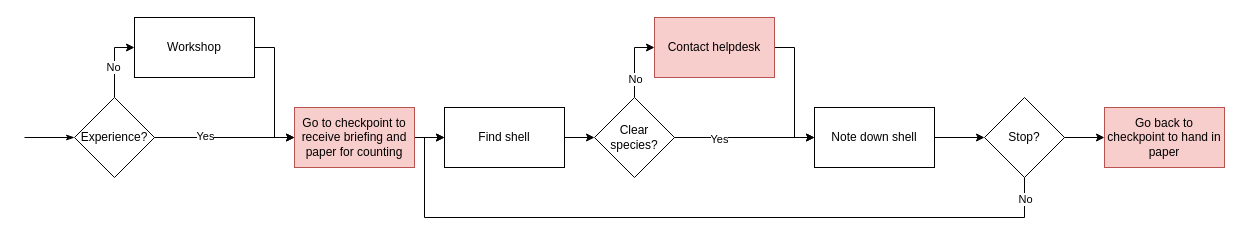
Above: page "Current counting scenario" (1 of 2) of Tex/fig/Counting shells.drawio in TijsVK/Counting-shells (draw.io), before the change. Source tidied: cells renumbered, new cells numbered last; positions are measured from the earlier drawing's top-left corner, leaving out a move shared by most shapes. Both pictures are drawn from the tidied source at 100%, with x=0, y=0 at pixel (24, 17).
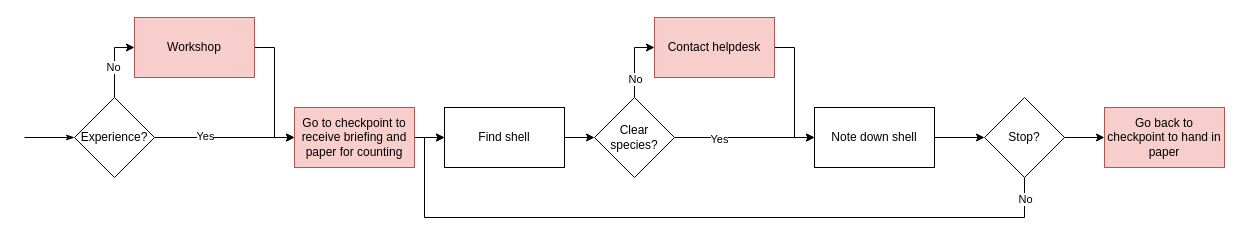
Above is the later version.

Diff of the diagram source:
```diff
@@
-    <mxCell id="9" value="Workshop" style="rounded=0;whiteSpace=wrap;html=1;" parent="1" vertex="1">
+    <mxCell id="9" value="Workshop" style="rounded=0;whiteSpace=wrap;html=1;fillColor=#f8cecc;strokeColor=#b85450;" parent="1" vertex="1">
       <mxGeometry x="110" width="120" height="60" as="geometry" />
     </mxCell>
```
